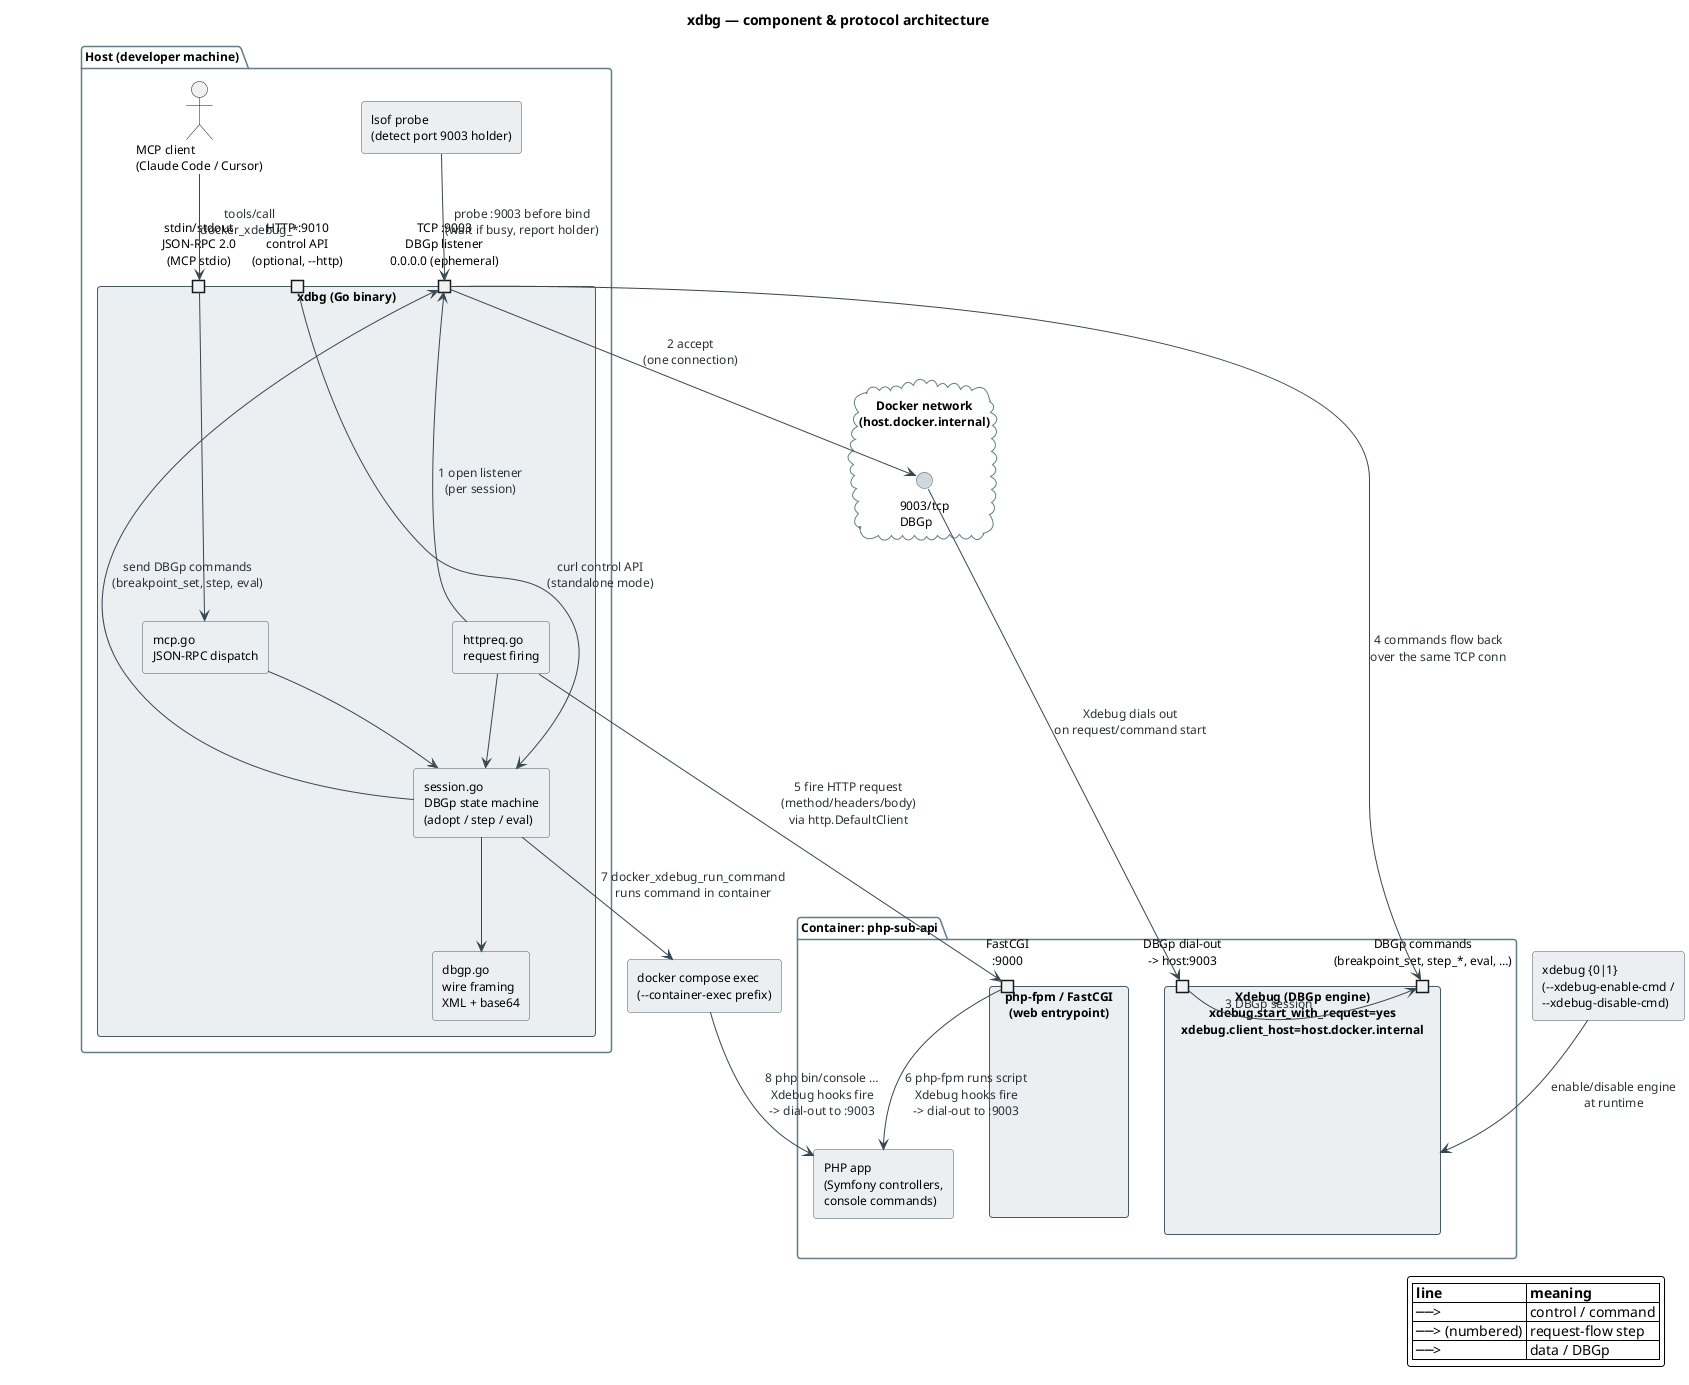
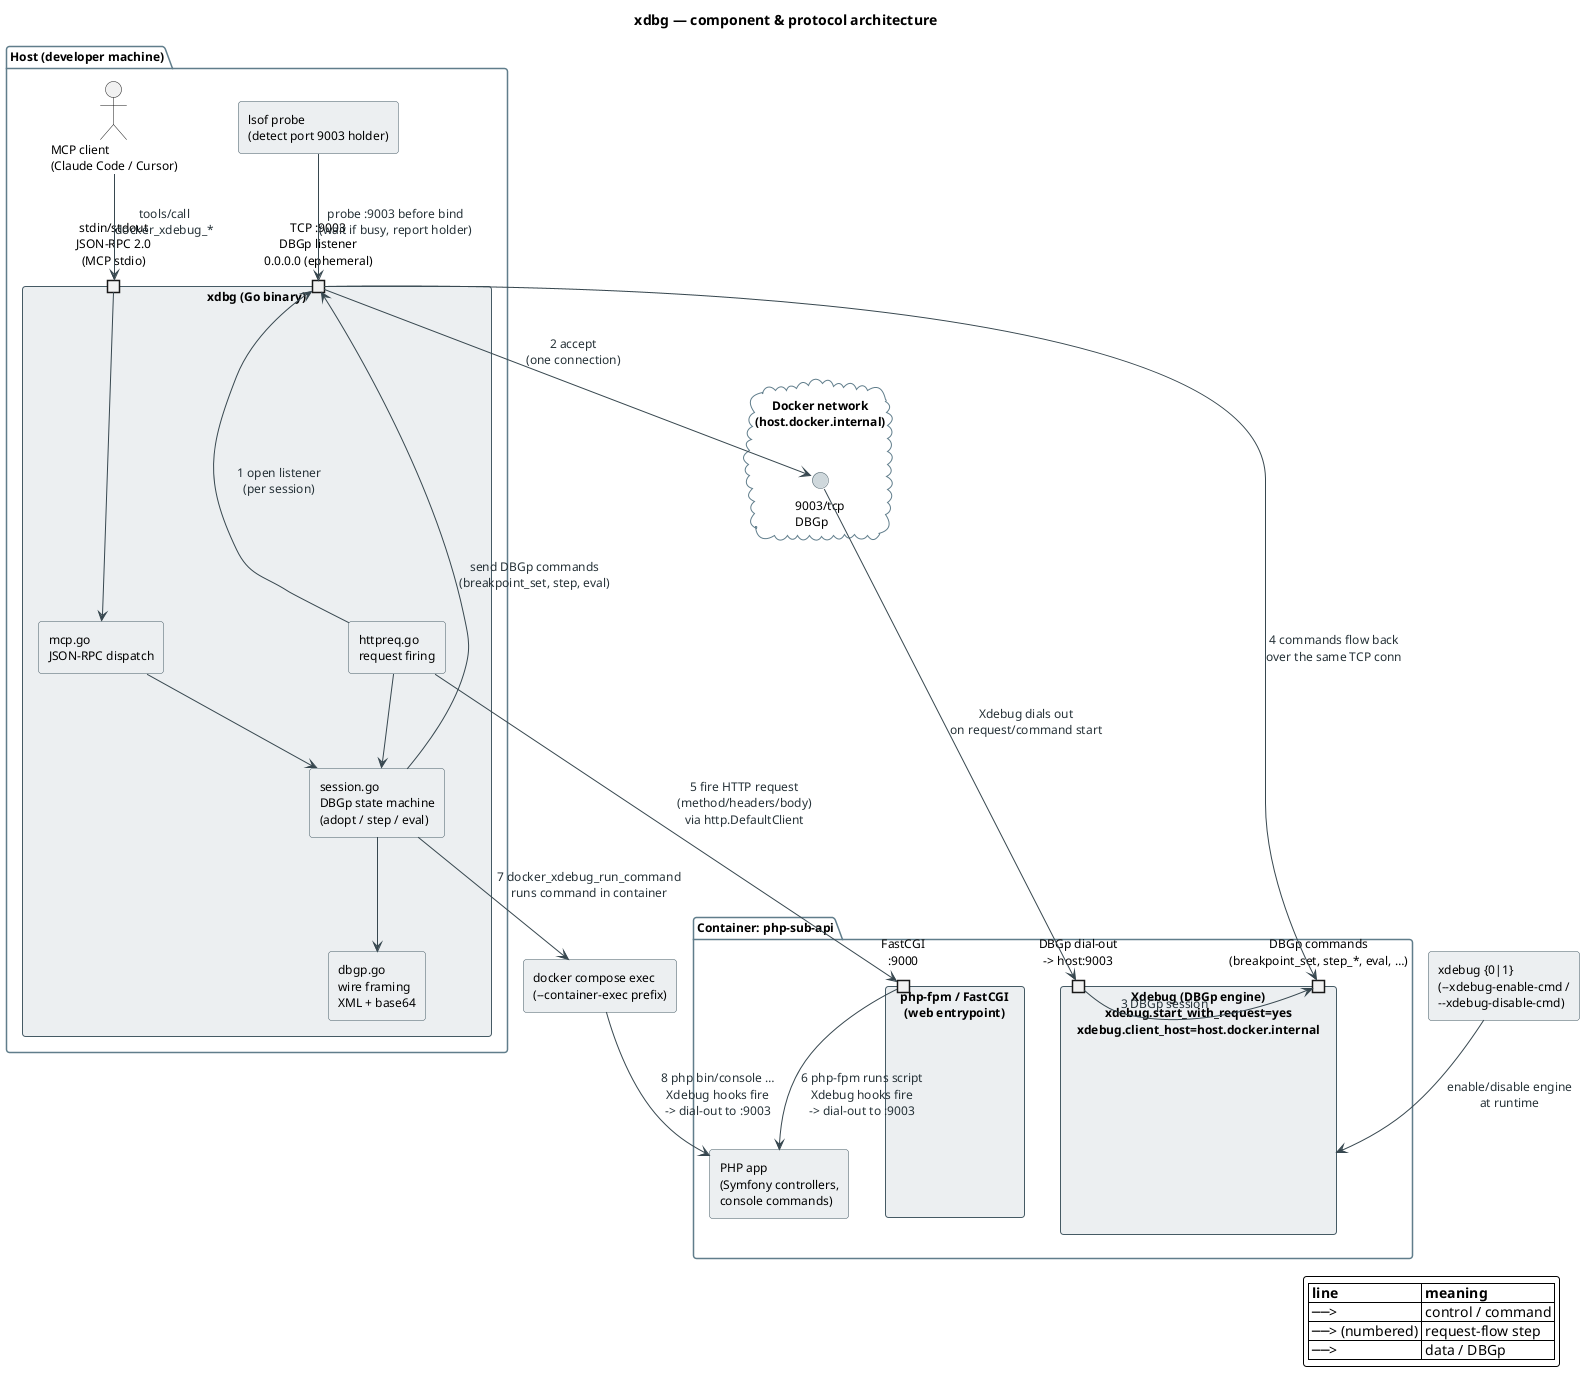
@startuml xdbg-architecture

' ---- technical component diagram with ports, protocols, numbered flow ----

skinparam backgroundColor #FFFFFF
skinparam shadowing false
skinparam defaultFontName "Helvetica"
skinparam defaultFontSize 12
skinparam roundCorner 6
skinparam ArrowColor #37474F
skinparam ArrowFontColor #263238
skinparam package {
  BorderColor #607D8B
  FontStyle bold
}
skinparam rectangle {
  BackgroundColor #ECEFF1
  BorderColor #455A64
}
skinparam database {
  BackgroundColor #ECEFF1
  BorderColor #455A64
}
skinparam interface {
  BackgroundColor #CFD8DC
  BorderColor #455A64
}
skinparam port {
  BackgroundColor #CFD8DC
  BorderColor #455A64
}

title xdbg — component & protocol architecture

' =================== HOST ===================
package "Host (developer machine)"  {
  actor "MCP client\n(Claude Code / Cursor)" as client

  rectangle "xdbg (Go binary)" as xdbg {
    port "stdin/stdout\nJSON-RPC 2.0\n(MCP stdio)" as io_stdio
    port "TCP :9003\nDBGp listener\n0.0.0.0 (ephemeral)" as io_listen
-     port "HTTP :9010\ncontrol API\n(optional, --http)" as io_http
    rectangle "mcp.go\nJSON-RPC dispatch" as m_mcp
    rectangle "session.go\nDBGp state machine\n(adopt / step / eval)" as m_sess
    rectangle "httpreq.go\nrequest firing" as m_req
    rectangle "dbgp.go\nwire framing\nXML + base64" as m_dbgp
    m_mcp --> m_sess
    m_req --> m_sess
    m_sess --> m_dbgp
  }

  rectangle "lsof probe\n(detect port 9003 holder)" as lsof
}

' =================== NETWORK BOUNDARY ===================
cloud "Docker network\n(host.docker.internal)" as net {
  interface "9003/tcp\nDBGp" as p9003
}

' =================== CONTAINER ===================
package "Container: php-sub-api"  {
  rectangle "php-fpm / FastCGI\n(web entrypoint)" as phpfpm {
    port "FastCGI\n:9000" as p_fpm
  }
  rectangle "Xdebug (DBGp engine)\nxdebug.start_with_request=yes\nxdebug.client_host=host.docker.internal" as xdebug {
    port "DBGp dial-out\n-> host:9003" as p_dial
    port "DBGp commands\n(breakpoint_set, step_*, eval, …)" as p_cmd
  }
  rectangle "PHP app\n(Symfony controllers,\nconsole commands)" as app
}

' =================== WIRING: control plane ===================
client --> io_stdio : "tools/call\ndocker_xdebug_*"
io_stdio --> m_mcp

' =================== WIRING: data plane (HTTP request flow) ===================
m_req --> io_listen : "1 open listener\n(per session)"
io_listen --> p9003 : "2 accept\n(one connection)"
p9003 --> p_dial : "Xdebug dials out\non request/command start"
p_dial --> p_cmd : "3 DBGp session"

' =================== WIRING: command flow into container ===================
m_sess --> io_listen : "send DBGp commands\n(breakpoint_set, step, eval)"
io_listen --> p_cmd : "4 commands flow back\nover the same TCP conn"

' =================== WIRING: the actual HTTP request being debugged ===================
m_req --> p_fpm : "5 fire HTTP request\n(method/headers/body)\nvia http.DefaultClient"
p_fpm --> app : "6 php-fpm runs script\nXdebug hooks fire\n-> dial-out to :9003"

' =================== WIRING: CLI command flow ===================
rectangle "docker compose exec\n(--container-exec prefix)" as exec
m_sess --> exec : "7 docker_xdebug_run_command\nruns command in container"
exec --> app : "8 php bin/console …\nXdebug hooks fire\n-> dial-out to :9003"

' =================== WIRING: side channels ===================
- io_http --> m_sess : "curl control API\n(standalone mode)"
lsof --> io_listen : "probe :9003 before bind\n(wait if busy, report holder)"

' =================== WIRING: container Xdebug on/off ===================
rectangle "xdebug {0|1}\n(--xdebug-enable-cmd /\n--xdebug-disable-cmd)" as xonoff
xonoff --> xdebug : "enable/disable engine\nat runtime"

' =================== LEGEND ===================
legend right
  |= line |= meaning |
  | ──> | control / command |
  | ──> (numbered) | request-flow step |
  | ──> | data / DBGp |
endlegend

@enduml